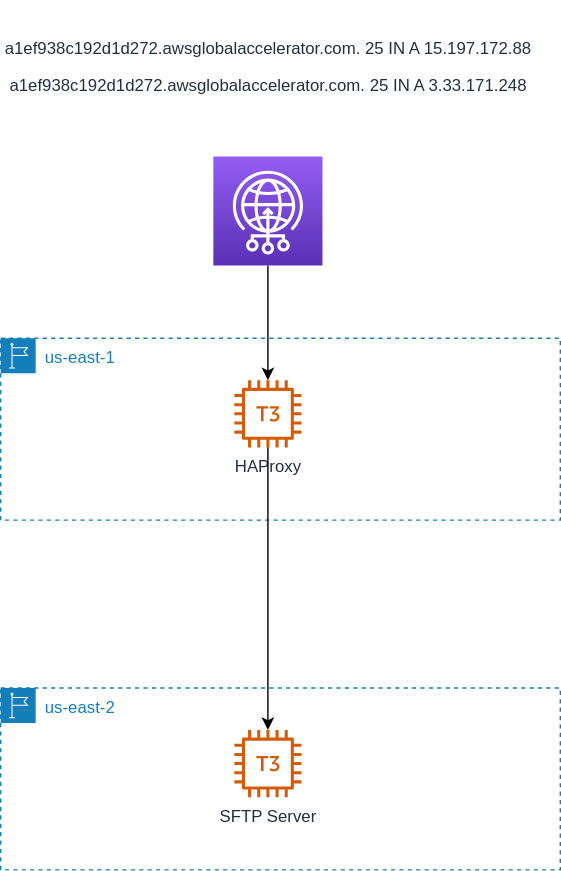
Above: arc.svg in flabat/aws-aga-sftp-demo (draw.io), before the change. Source tidied: cells renumbered, new cells last; positions are measured from the earlier drawing's top-left corner, leaving out a move shared by most shapes. The source it was exported from:
```xml
<mxGraphModel>
  <root>
    <mxCell id="0" />
    <mxCell id="1" parent="0" />
    <mxCell id="2" style="edgeStyle=orthogonalEdgeStyle;rounded=0;jettySize=auto;html=1;" parent="1" edge="1" source="3" target="5">
      <mxGeometry relative="1" as="geometry" />
    </mxCell>
    <mxCell id="3" value="&lt;br&gt;&lt;p class=&quot;p1&quot;&gt;a1ef938c192d1d272.awsglobalaccelerator.com. 25 IN A 15.197.172.88&lt;/p&gt;&lt;p class=&quot;p1&quot;&gt;a1ef938c192d1d272.awsglobalaccelerator.com. 25 IN A 3.33.171.248&lt;/p&gt;&lt;br&gt;&lt;br&gt;" style="sketch=0;points=[[0,0,0],[0.25,0,0],[0.5,0,0],[0.75,0,0],[1,0,0],[0,1,0],[0.25,1,0],[0.5,1,0],[0.75,1,0],[1,1,0],[0,0.25,0],[0,0.5,0],[0,0.75,0],[1,0.25,0],[1,0.5,0],[1,0.75,0]];outlineConnect=0;fontColor=#232F3E;gradientColor=#945DF2;gradientDirection=north;fillColor=#5A30B5;strokeColor=#ffffff;dashed=0;verticalLabelPosition=top;verticalAlign=bottom;align=center;html=1;fontSize=12;fontStyle=0;shape=mxgraph.aws4.resourceIcon;resIcon=mxgraph.aws4.global_accelerator;labelPosition=center;" parent="1" vertex="1">
      <mxGeometry x="152" width="78" height="78" as="geometry" />
    </mxCell>
    <mxCell id="4" value="us-east-1" style="gradientColor=none;html=1;whiteSpace=wrap;fontSize=12;fontStyle=0;shape=mxgraph.aws4.group;grIcon=mxgraph.aws4.group_region;strokeColor=#147EBA;fillColor=none;verticalAlign=top;align=left;spacingLeft=30;fontColor=#147EBA;dashed=1;" parent="1" vertex="1">
      <mxGeometry y="130" width="400" height="130" as="geometry" />
    </mxCell>
    <mxCell id="5" value="HAProxy" style="sketch=0;outlineConnect=0;fontColor=#232F3E;gradientColor=none;fillColor=#D45B07;strokeColor=none;dashed=0;verticalLabelPosition=bottom;verticalAlign=top;align=center;html=1;fontSize=12;fontStyle=0;shape=mxgraph.aws4.t3_instance;" parent="4" vertex="1">
      <mxGeometry x="167" y="30" width="48" height="48" as="geometry" />
    </mxCell>
    <mxCell id="6" value="us-east-2" style="gradientColor=none;html=1;whiteSpace=wrap;fontSize=12;fontStyle=0;shape=mxgraph.aws4.group;grIcon=mxgraph.aws4.group_region;strokeColor=#147EBA;fillColor=none;verticalAlign=top;align=left;spacingLeft=30;fontColor=#147EBA;dashed=1;" parent="1" vertex="1">
      <mxGeometry y="380" width="400" height="130" as="geometry" />
    </mxCell>
    <mxCell id="7" value="SFTP Server" style="sketch=0;outlineConnect=0;fontColor=#232F3E;gradientColor=none;fillColor=#D45B07;strokeColor=none;dashed=0;verticalLabelPosition=bottom;verticalAlign=top;align=center;html=1;fontSize=12;fontStyle=0;shape=mxgraph.aws4.t3_instance;" parent="6" vertex="1">
      <mxGeometry x="167" y="30" width="48" height="48" as="geometry" />
    </mxCell>
    <mxCell id="8" style="edgeStyle=orthogonalEdgeStyle;rounded=0;jettySize=auto;html=1;" parent="1" edge="1" source="5" target="7">
      <mxGeometry relative="1" as="geometry" />
    </mxCell>
  </root>
</mxGraphModel>
```
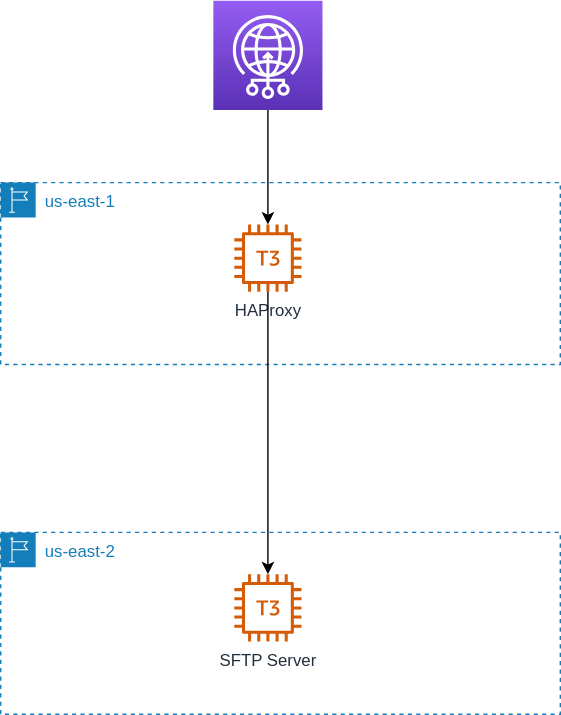
The same diagram one commit later.

What changed in the source:
```diff
@@ -5,7 +5,7 @@
     <mxCell id="2" style="edgeStyle=orthogonalEdgeStyle;rounded=0;jettySize=auto;html=1;" parent="1" edge="1" source="3" target="5">
       <mxGeometry relative="1" as="geometry" />
     </mxCell>
-    <mxCell id="3" value="&lt;br&gt;&lt;p class=&quot;p1&quot;&gt;a1ef938c192d1d272.awsglobalaccelerator.com. 25 IN A 15.197.172.88&lt;/p&gt;&lt;p class=&quot;p1&quot;&gt;a1ef938c192d1d272.awsglobalaccelerator.com. 25 IN A 3.33.171.248&lt;/p&gt;&lt;br&gt;&lt;br&gt;" style="sketch=0;points=[[0,0,0],[0.25,0,0],[0.5,0,0],[0.75,0,0],[1,0,0],[0,1,0],[0.25,1,0],[0.5,1,0],[0.75,1,0],[1,1,0],[0,0.25,0],[0,0.5,0],[0,0.75,0],[1,0.25,0],[1,0.5,0],[1,0.75,0]];outlineConnect=0;fontColor=#232F3E;gradientColor=#945DF2;gradientDirection=north;fillColor=#5A30B5;strokeColor=#ffffff;dashed=0;verticalLabelPosition=top;verticalAlign=bottom;align=center;html=1;fontSize=12;fontStyle=0;shape=mxgraph.aws4.resourceIcon;resIcon=mxgraph.aws4.global_accelerator;labelPosition=center;" parent="1" vertex="1">
+    <mxCell id="3" style="sketch=0;points=[[0,0,0],[0.25,0,0],[0.5,0,0],[0.75,0,0],[1,0,0],[0,1,0],[0.25,1,0],[0.5,1,0],[0.75,1,0],[1,1,0],[0,0.25,0],[0,0.5,0],[0,0.75,0],[1,0.25,0],[1,0.5,0],[1,0.75,0]];outlineConnect=0;fontColor=#232F3E;gradientColor=#945DF2;gradientDirection=north;fillColor=#5A30B5;strokeColor=#ffffff;dashed=0;verticalLabelPosition=top;verticalAlign=bottom;align=center;html=1;fontSize=12;fontStyle=0;shape=mxgraph.aws4.resourceIcon;resIcon=mxgraph.aws4.global_accelerator;labelPosition=center;" parent="1" vertex="1">
       <mxGeometry x="152" width="78" height="78" as="geometry" />
     </mxCell>
     <mxCell id="4" value="us-east-1" style="gradientColor=none;html=1;whiteSpace=wrap;fontSize=12;fontStyle=0;shape=mxgraph.aws4.group;grIcon=mxgraph.aws4.group_region;strokeColor=#147EBA;fillColor=none;verticalAlign=top;align=left;spacingLeft=30;fontColor=#147EBA;dashed=1;" parent="1" vertex="1">
```
